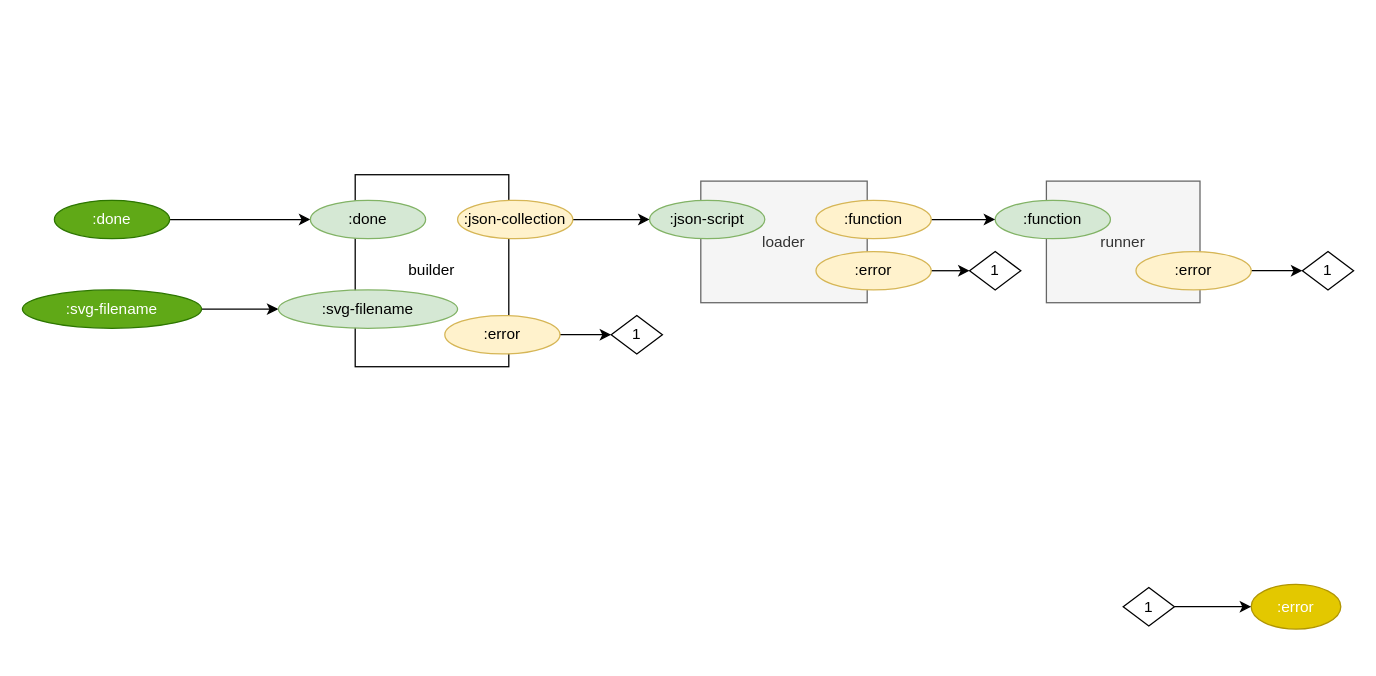
This is page "0. build-load-and-run" (1 of 5) of build_process/cl-build/build.drawio from bmfbp/bmfbp, a draw.io file, before an edit. Source tidied: cells renumbered, new cells numbered last; positions are measured from the earlier drawing's top-left corner, leaving out a move shared by most shapes. Both pictures are drawn from the tidied source at 128%, with x=0, y=0 at pixel (22, 174).
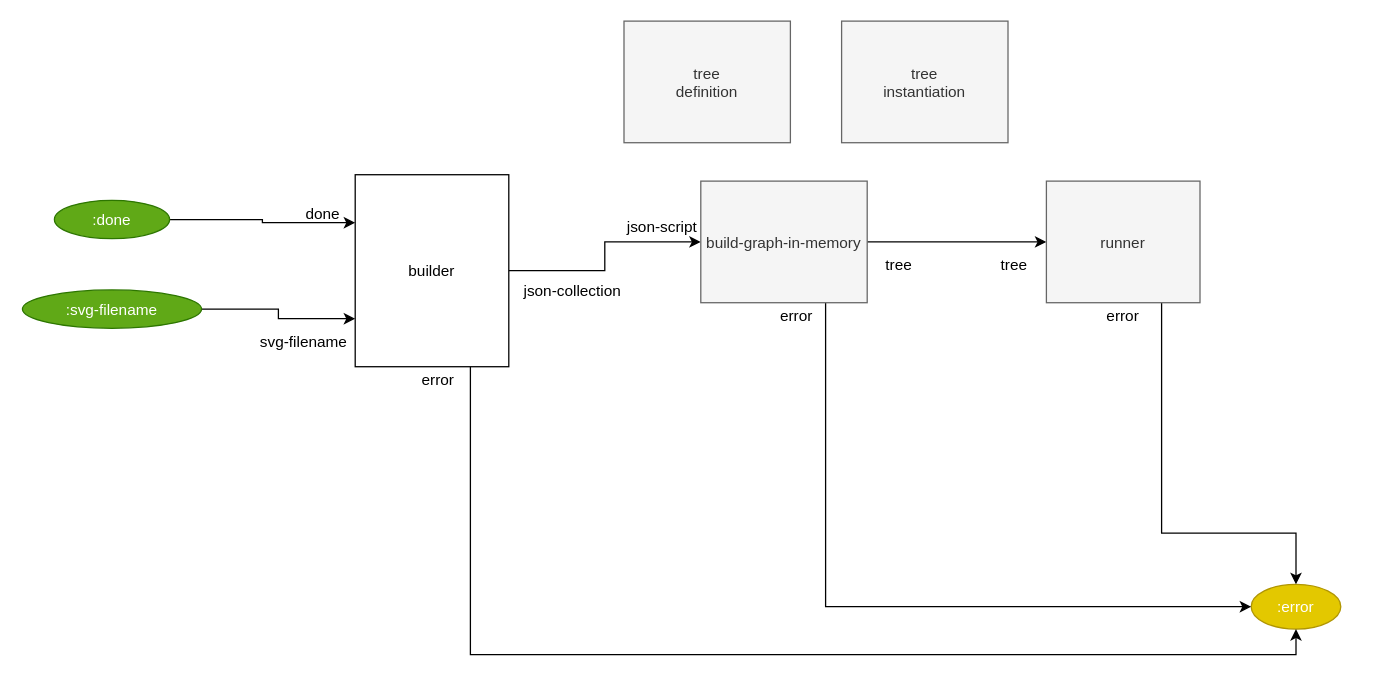
The same page after the edit.

Change to the diagram source:
```diff
@@
-    <mxCell id="2" style="edgeStyle=orthogonalEdgeStyle;rounded=0;jettySize=auto;html=1;exitX=1;exitY=0.5;exitDx=0;exitDy=0;" parent="1" edge="1" source="3" target="10">
-      <mxGeometry relative="1" as="geometry" />
-    </mxCell>
+    <mxCell id="29" style="edgeStyle=orthogonalEdgeStyle;rounded=0;jettySize=auto;exitX=1;exitY=0.5;exitDx=0;exitDy=0;entryX=0;entryY=0.75;entryDx=0;entryDy=0;" parent="1" edge="1" source="3" target="9">
+      <mxGeometry relative="1" as="geometry" />
+    </mxCell>
-    <mxCell id="3" value=":svg-filename" style="ellipse;whiteSpace=wrap;html=1;fillColor=#60a917;strokeColor=#2D7600;fontColor=#ffffff;" parent="1" vertex="1">
+    <mxCell id="3" value=":svg-filename" style="ellipse;fillColor=#60a917;strokeColor=#2D7600;fontColor=#ffffff;" parent="1" vertex="1">
       <mxGeometry y="90" width="140" height="30" as="geometry" />
     </mxCell>
-    <mxCell id="4" value=":error" style="ellipse;whiteSpace=wrap;html=1;fillColor=#e3c800;strokeColor=#B09500;fontColor=#ffffff;" parent="1" vertex="1">
+    <mxCell id="4" value=":error" style="ellipse;fillColor=#e3c800;strokeColor=#B09500;fontColor=#ffffff;" parent="1" vertex="1">
       <mxGeometry x="960" y="320" width="70" height="35" as="geometry" />
     </mxCell>
-    <mxCell id="5" style="edgeStyle=orthogonalEdgeStyle;rounded=0;jettySize=auto;html=1;exitX=1;exitY=0.5;exitDx=0;exitDy=0;" parent="1" edge="1" source="6" target="4">
-      <mxGeometry relative="1" as="geometry" />
-    </mxCell>
-    <mxCell id="6" value="1" style="rhombus;whiteSpace=wrap;html=1;" parent="1" vertex="1">
-      <mxGeometry x="860" y="322.5" width="40" height="30" as="geometry" />
-    </mxCell>
-    <mxCell id="7" style="edgeStyle=orthogonalEdgeStyle;rounded=0;jettySize=auto;html=1;exitX=1;exitY=0.5;exitDx=0;exitDy=0;entryX=0;entryY=0.5;entryDx=0;entryDy=0;" parent="1" edge="1" source="8" target="11">
-      <mxGeometry relative="1" as="geometry" />
-    </mxCell>
+    <mxCell id="30" style="edgeStyle=orthogonalEdgeStyle;rounded=0;jettySize=auto;exitX=1;exitY=0.5;exitDx=0;exitDy=0;entryX=0;entryY=0.25;entryDx=0;entryDy=0;" parent="1" edge="1" source="8" target="9">
+      <mxGeometry relative="1" as="geometry" />
+    </mxCell>
-    <mxCell id="8" value=":done" style="ellipse;whiteSpace=wrap;html=1;fillColor=#60a917;strokeColor=#2D7600;fontColor=#ffffff;" parent="1" vertex="1">
+    <mxCell id="8" value=":done" style="ellipse;fillColor=#60a917;strokeColor=#2D7600;fontColor=#ffffff;" parent="1" vertex="1">
       <mxGeometry x="25" y="20" width="90" height="30" as="geometry" />
     </mxCell>
+    <mxCell id="31" style="edgeStyle=orthogonalEdgeStyle;rounded=0;jettySize=auto;exitX=0.75;exitY=1;exitDx=0;exitDy=0;entryX=0.5;entryY=1;entryDx=0;entryDy=0;" parent="1" edge="1" source="9" target="4">
+      <mxGeometry relative="1" as="geometry" />
+    </mxCell>
+    <mxCell id="32" style="edgeStyle=orthogonalEdgeStyle;rounded=0;jettySize=auto;exitX=1;exitY=0.5;exitDx=0;exitDy=0;" parent="1" edge="1" source="9" target="17">
+      <mxGeometry relative="1" as="geometry" />
+    </mxCell>
-    <mxCell id="9" value="builder" style="rounded=0;whiteSpace=wrap;html=1;" parent="1" vertex="1">
+    <mxCell id="9" value="builder" style="rounded=0;" parent="1" vertex="1">
       <mxGeometry x="260" width="120" height="150" as="geometry" />
     </mxCell>
-    <mxCell id="10" value=":svg-filename" style="ellipse;whiteSpace=wrap;html=1;fillColor=#d5e8d4;strokeColor=#82b366;" parent="1" vertex="1">
-      <mxGeometry x="200" y="90" width="140" height="30" as="geometry" />
-    </mxCell>
-    <mxCell id="11" value=":done" style="ellipse;whiteSpace=wrap;html=1;fillColor=#d5e8d4;strokeColor=#82b366;" parent="1" vertex="1">
-      <mxGeometry x="225" y="20" width="90" height="30" as="geometry" />
-    </mxCell>
-    <mxCell id="12" style="edgeStyle=orthogonalEdgeStyle;rounded=0;jettySize=auto;html=1;exitX=1;exitY=0.5;exitDx=0;exitDy=0;entryX=0;entryY=0.5;entryDx=0;entryDy=0;" parent="1" edge="1" source="13" target="19">
-      <mxGeometry relative="1" as="geometry" />
-    </mxCell>
-    <mxCell id="13" value=":json-collection" style="ellipse;whiteSpace=wrap;html=1;fillColor=#fff2cc;strokeColor=#d6b656;" parent="1" vertex="1">
-      <mxGeometry x="340" y="20" width="90" height="30" as="geometry" />
-    </mxCell>
-    <mxCell id="14" style="edgeStyle=orthogonalEdgeStyle;rounded=0;jettySize=auto;html=1;exitX=1;exitY=0.5;exitDx=0;exitDy=0;entryX=0;entryY=0.5;entryDx=0;entryDy=0;" parent="1" edge="1" source="15" target="16">
-      <mxGeometry relative="1" as="geometry" />
-    </mxCell>
-    <mxCell id="15" value=":error" style="ellipse;whiteSpace=wrap;html=1;fillColor=#fff2cc;strokeColor=#d6b656;" parent="1" vertex="1">
-      <mxGeometry x="330" y="110" width="90" height="30" as="geometry" />
-    </mxCell>
-    <mxCell id="16" value="1" style="rhombus;whiteSpace=wrap;html=1;" parent="1" vertex="1">
-      <mxGeometry x="460" y="110" width="40" height="30" as="geometry" />
-    </mxCell>
+    <mxCell id="33" style="edgeStyle=orthogonalEdgeStyle;rounded=0;jettySize=auto;exitX=0.75;exitY=1;exitDx=0;exitDy=0;entryX=0;entryY=0.5;entryDx=0;entryDy=0;" parent="1" edge="1" source="17" target="4">
+      <mxGeometry relative="1" as="geometry" />
+    </mxCell>
+    <mxCell id="34" style="edgeStyle=orthogonalEdgeStyle;rounded=0;jettySize=auto;exitX=1;exitY=0.5;exitDx=0;exitDy=0;entryX=0;entryY=0.5;entryDx=0;entryDy=0;" parent="1" edge="1" source="17" target="18">
+      <mxGeometry relative="1" as="geometry" />
+    </mxCell>
-    <mxCell id="17" value="loader" style="rounded=0;whiteSpace=wrap;html=1;fillColor=#f5f5f5;strokeColor=#666666;fontColor=#333333;" parent="1" vertex="1">
+    <mxCell id="17" value="build-graph-in-memory" style="rounded=0;fillColor=#f5f5f5;strokeColor=#666666;fontColor=#333333;" parent="1" vertex="1">
       <mxGeometry x="530" y="5" width="130" height="95" as="geometry" />
     </mxCell>
+    <mxCell id="35" style="edgeStyle=orthogonalEdgeStyle;rounded=0;jettySize=auto;exitX=0.75;exitY=1;exitDx=0;exitDy=0;entryX=0.5;entryY=0;entryDx=0;entryDy=0;" parent="1" edge="1" source="18" target="4">
+      <mxGeometry relative="1" as="geometry">
+        <Array as="points">
+          <mxPoint x="890" y="280" />
+          <mxPoint x="995" y="280" />
+        </Array>
+      </mxGeometry>
+    </mxCell>
-    <mxCell id="18" value="runner" style="rounded=0;whiteSpace=wrap;html=1;fillColor=#f5f5f5;strokeColor=#666666;fontColor=#333333;" parent="1" vertex="1">
+    <mxCell id="18" value="runner" style="rounded=0;fillColor=#f5f5f5;strokeColor=#666666;fontColor=#333333;" parent="1" vertex="1">
       <mxGeometry x="800" y="5" width="120" height="95" as="geometry" />
     </mxCell>
-    <mxCell id="19" value=":json-script" style="ellipse;whiteSpace=wrap;html=1;fillColor=#d5e8d4;strokeColor=#82b366;" parent="1" vertex="1">
-      <mxGeometry x="490" y="20" width="90" height="30" as="geometry" />
-    </mxCell>
-    <mxCell id="20" style="edgeStyle=orthogonalEdgeStyle;rounded=0;jettySize=auto;html=1;exitX=1;exitY=0.5;exitDx=0;exitDy=0;entryX=0;entryY=0.5;entryDx=0;entryDy=0;" parent="1" edge="1" source="21" target="22">
-      <mxGeometry relative="1" as="geometry" />
-    </mxCell>
-    <mxCell id="21" value=":error" style="ellipse;whiteSpace=wrap;html=1;fillColor=#fff2cc;strokeColor=#d6b656;" parent="1" vertex="1">
-      <mxGeometry x="620" y="60" width="90" height="30" as="geometry" />
-    </mxCell>
-    <mxCell id="22" value="1" style="rhombus;whiteSpace=wrap;html=1;" parent="1" vertex="1">
-      <mxGeometry x="740" y="60" width="40" height="30" as="geometry" />
-    </mxCell>
-    <mxCell id="23" style="edgeStyle=orthogonalEdgeStyle;rounded=0;jettySize=auto;html=1;exitX=1;exitY=0.5;exitDx=0;exitDy=0;entryX=0;entryY=0.5;entryDx=0;entryDy=0;" parent="1" edge="1" source="24" target="25">
-      <mxGeometry relative="1" as="geometry" />
-    </mxCell>
-    <mxCell id="24" value=":error" style="ellipse;whiteSpace=wrap;html=1;fillColor=#fff2cc;strokeColor=#d6b656;" parent="1" vertex="1">
-      <mxGeometry x="870" y="60" width="90" height="30" as="geometry" />
-    </mxCell>
-    <mxCell id="25" value="1" style="rhombus;whiteSpace=wrap;html=1;" parent="1" vertex="1">
-      <mxGeometry x="1000" y="60" width="40" height="30" as="geometry" />
-    </mxCell>
-    <mxCell id="26" value=":function" style="ellipse;whiteSpace=wrap;html=1;fillColor=#d5e8d4;strokeColor=#82b366;" parent="1" vertex="1">
-      <mxGeometry x="760" y="20" width="90" height="30" as="geometry" />
-    </mxCell>
-    <mxCell id="27" style="edgeStyle=orthogonalEdgeStyle;rounded=0;jettySize=auto;html=1;exitX=1;exitY=0.5;exitDx=0;exitDy=0;" parent="1" edge="1" source="28" target="26">
-      <mxGeometry relative="1" as="geometry" />
-    </mxCell>
-    <mxCell id="28" value=":function" style="ellipse;whiteSpace=wrap;html=1;fillColor=#fff2cc;strokeColor=#d6b656;" parent="1" vertex="1">
-      <mxGeometry x="620" y="20" width="90" height="30" as="geometry" />
-    </mxCell>
+    <mxCell id="36" value="tree&#10;definition" style="rounded=0;fillColor=#f5f5f5;strokeColor=#666666;fontColor=#333333;" parent="1" vertex="1">
+      <mxGeometry x="470" y="-120" width="130" height="95" as="geometry" />
+    </mxCell>
+    <mxCell id="37" value="tree&#10;instantiation" style="rounded=0;fillColor=#f5f5f5;strokeColor=#666666;fontColor=#333333;" parent="1" vertex="1">
+      <mxGeometry x="640" y="-120" width="130" height="95" as="geometry" />
+    </mxCell>
+    <mxCell id="38" value="done" style="text;strokeColor=none;fillColor=none;align=center;verticalAlign=middle;rounded=0;" parent="1" vertex="1">
+      <mxGeometry x="210" y="20" width="50" height="20" as="geometry" />
+    </mxCell>
+    <mxCell id="39" value="svg-filename" style="text;strokeColor=none;fillColor=none;align=center;verticalAlign=middle;rounded=0;" parent="1" vertex="1">
+      <mxGeometry x="180" y="120" width="80" height="20" as="geometry" />
+    </mxCell>
+    <mxCell id="40" value="error" style="text;strokeColor=none;fillColor=none;align=center;verticalAlign=middle;rounded=0;" parent="1" vertex="1">
+      <mxGeometry x="300" y="150" width="50" height="20" as="geometry" />
+    </mxCell>
+    <mxCell id="41" value="error" style="text;strokeColor=none;fillColor=none;align=center;verticalAlign=middle;rounded=0;" parent="1" vertex="1">
+      <mxGeometry x="580" y="100" width="50" height="20" as="geometry" />
+    </mxCell>
+    <mxCell id="42" value="error" style="text;strokeColor=none;fillColor=none;align=center;verticalAlign=middle;rounded=0;" parent="1" vertex="1">
+      <mxGeometry x="835" y="100" width="50" height="20" as="geometry" />
+    </mxCell>
+    <mxCell id="43" value="tree" style="text;strokeColor=none;fillColor=none;align=center;verticalAlign=middle;rounded=0;" parent="1" vertex="1">
+      <mxGeometry x="660" y="60" width="50" height="20" as="geometry" />
+    </mxCell>
+    <mxCell id="44" value="tree" style="text;strokeColor=none;fillColor=none;align=center;verticalAlign=middle;rounded=0;" parent="1" vertex="1">
+      <mxGeometry x="750" y="60" width="50" height="20" as="geometry" />
+    </mxCell>
+    <mxCell id="45" value="json-script" style="text;strokeColor=none;fillColor=none;align=center;verticalAlign=middle;rounded=0;" parent="1" vertex="1">
+      <mxGeometry x="470" y="30" width="60" height="20" as="geometry" />
+    </mxCell>
+    <mxCell id="46" value="json-collection" style="text;strokeColor=none;fillColor=none;align=center;verticalAlign=middle;rounded=0;" parent="1" vertex="1">
+      <mxGeometry x="390" y="80" width="80" height="20" as="geometry" />
+    </mxCell>
```
